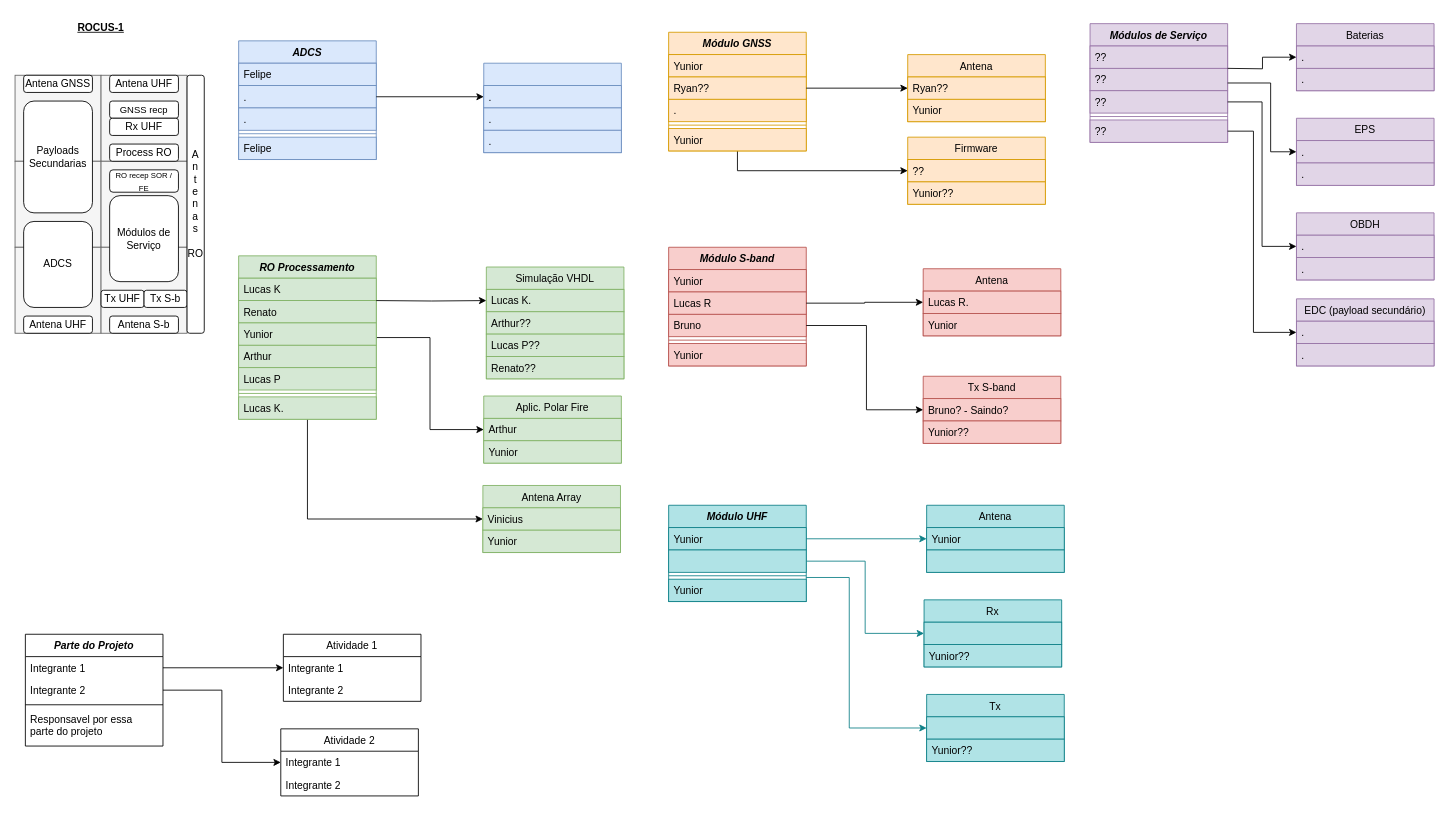
spacelab-ufsc/rocus1-doc keeps this draw.io diagram as ro-tasks-flowchart.drawio. Above is the earlier version. Source tidied: cells renumbered, new cells numbered last; positions are measured from the earlier drawing's top-left corner, leaving out a move shared by most shapes. Both pictures are drawn from the tidied source at 86%, with x=0, y=0 at pixel (15, 15).
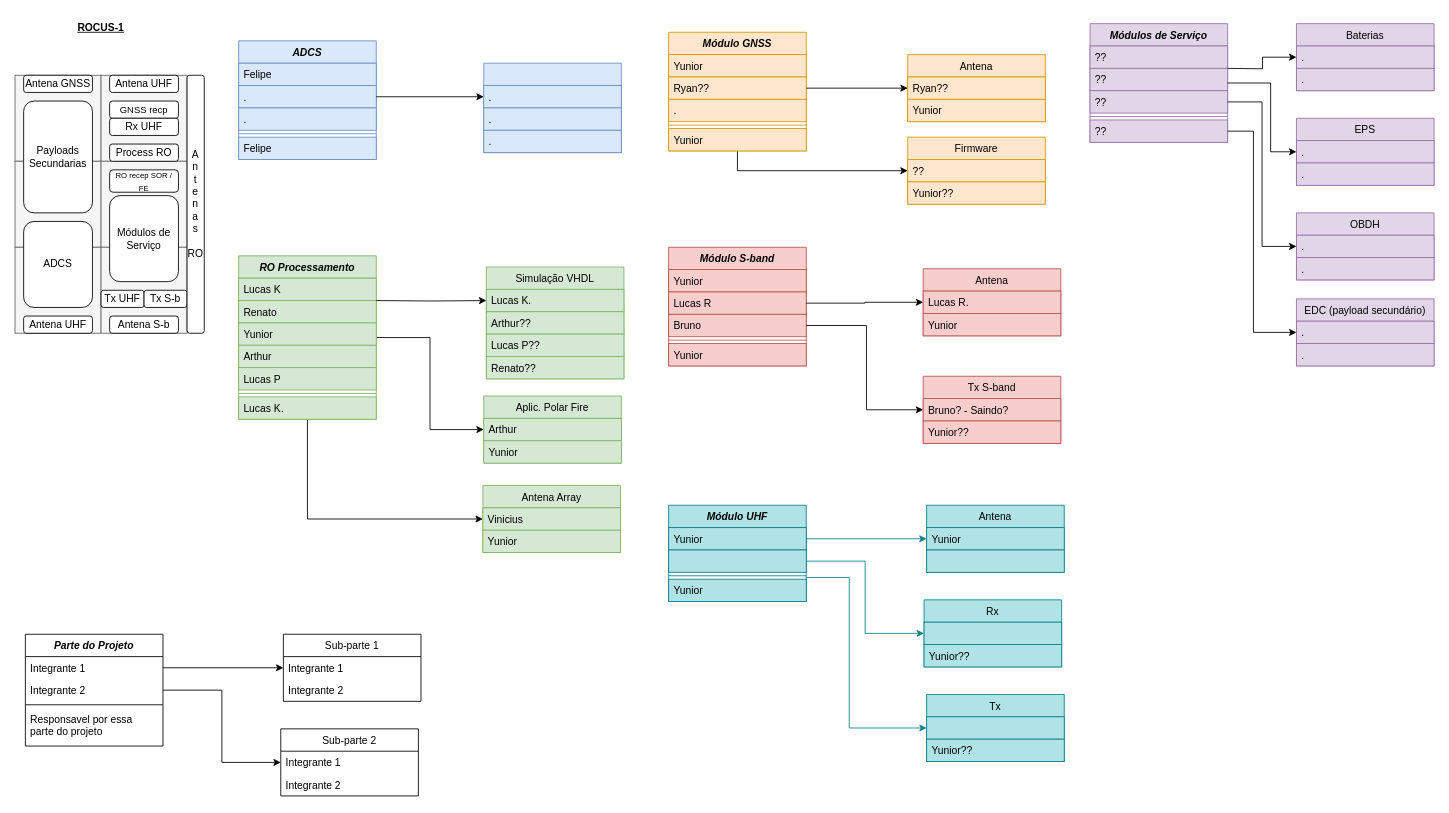
The same diagram, later.

Diff of the diagram source:
```diff
@@
-    <mxCell id="123" value="Atividade 1" style="swimlane;fontStyle=0;align=center;verticalAlign=top;horizontal=1;startSize=26;rounded=0;shadow=0;strokeWidth=1;" parent="1" vertex="1">
+    <mxCell id="123" value="Sub-parte 1" style="swimlane;fontStyle=0;align=center;verticalAlign=top;horizontal=1;startSize=26;rounded=0;shadow=0;strokeWidth=1;" parent="1" vertex="1">
       <mxGeometry x="312" y="720" width="160" height="78" as="geometry" />
     </mxCell>
@@
-    <mxCell id="127" value="Atividade 2" style="swimlane;fontStyle=0;align=center;verticalAlign=top;horizontal=1;startSize=26;rounded=0;shadow=0;strokeWidth=1;" parent="1" vertex="1">
+    <mxCell id="127" value="Sub-parte 2" style="swimlane;fontStyle=0;align=center;verticalAlign=top;horizontal=1;startSize=26;rounded=0;shadow=0;strokeWidth=1;" parent="1" vertex="1">
       <mxGeometry x="309" y="830" width="160" height="78" as="geometry" />
     </mxCell>
```
